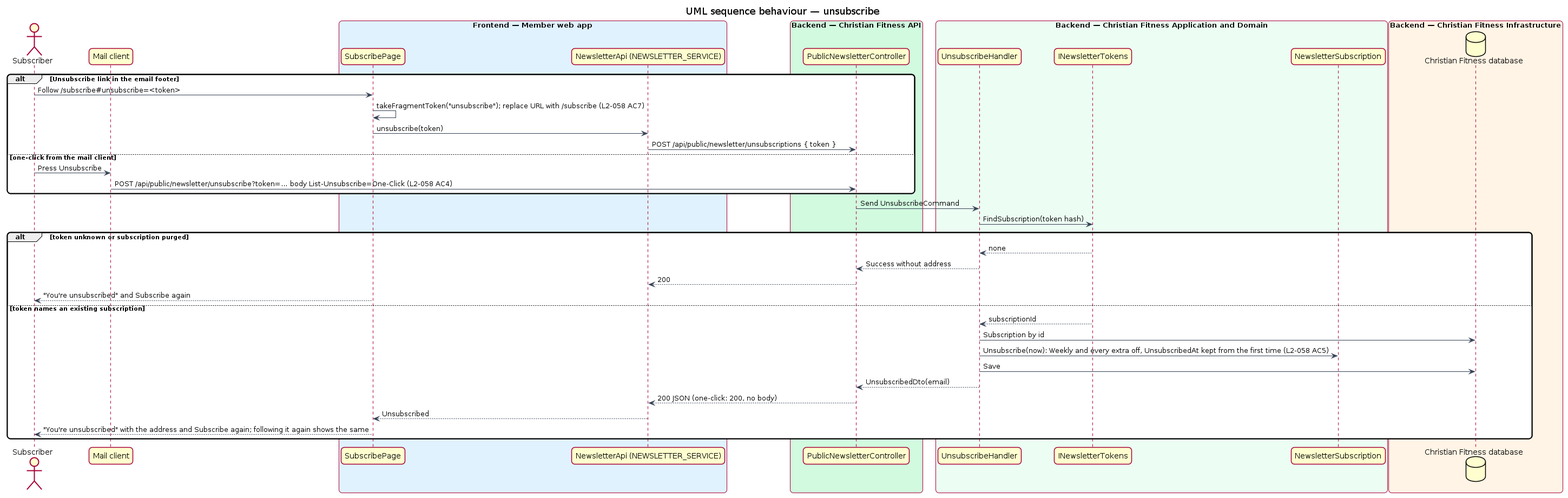
The PlantUML diagram docs/detailed-designs/news/confirm-and-unsubscribe/diagrams/sequence-unsubscribe.png in QuinntyneBrown/christian-fitness, before a commit. Its source is kept beside it as docs/detailed-designs/news/confirm-and-unsubscribe/diagrams/sequence-unsubscribe.puml.
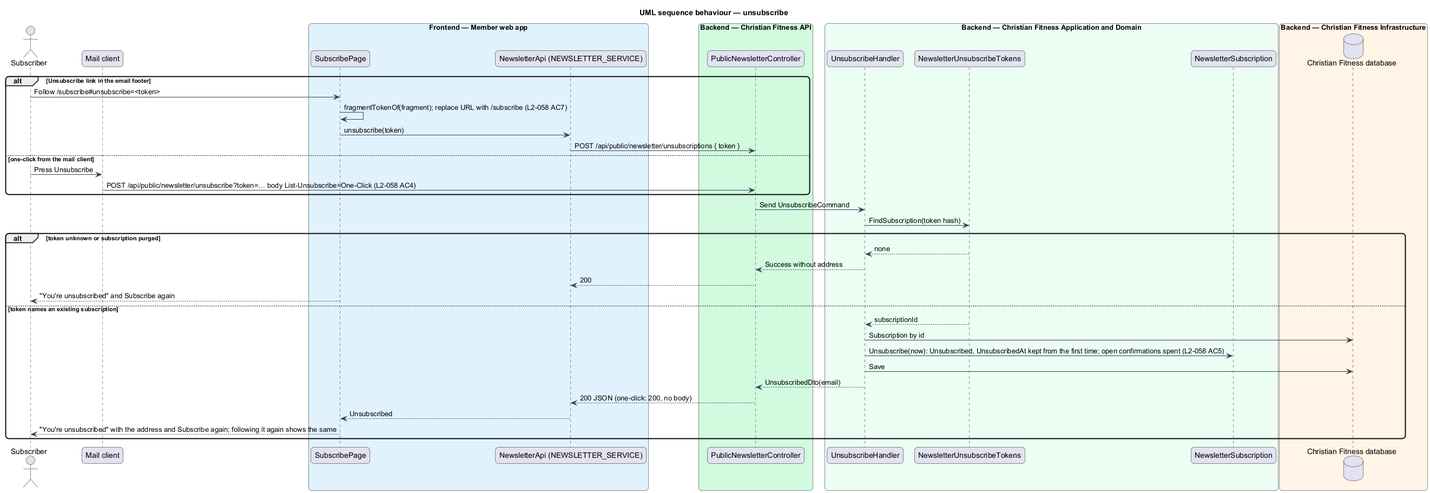
After the change.

The edit, as a diff of the source:
```diff
@@ -16,7 +16,7 @@
 end box
 box "Backend — Christian Fitness Application and Domain" #ECFDF3
   participant "UnsubscribeHandler" as h
-  participant "INewsletterTokens" as tokens
+  participant "NewsletterUnsubscribeTokens" as tokens
   participant "NewsletterSubscription" as sub
 end box
 box "Backend — Christian Fitness Infrastructure" #FFF4E5
@@ -24,7 +24,7 @@
 end box
 alt Unsubscribe link in the email footer
   actor -> page : Follow /subscribe#unsubscribe=<token>
-  page -> page : takeFragmentToken("unsubscribe"); replace URL with /subscribe (L2-058 AC7)
+  page -> page : fragmentTokenOf(fragment); replace URL with /subscribe (L2-058 AC7)
   page -> client : unsubscribe(token)
   client -> ctrl : POST /api/public/newsletter/unsubscriptions { token }
 else one-click from the mail client
@@ -41,7 +41,7 @@
 else token names an existing subscription
   tokens --> h : subscriptionId
   h -> db : Subscription by id
-  h -> sub : Unsubscribe(now): Weekly and every extra off, UnsubscribedAt kept from the first time (L2-058 AC5)
+  h -> sub : Unsubscribe(now): Unsubscribed, UnsubscribedAt kept from the first time; open confirmations spent (L2-058 AC5)
   h -> db : Save
   h --> ctrl : UnsubscribedDto(email)
   ctrl --> client : 200 JSON (one-click: 200, no body)
```
